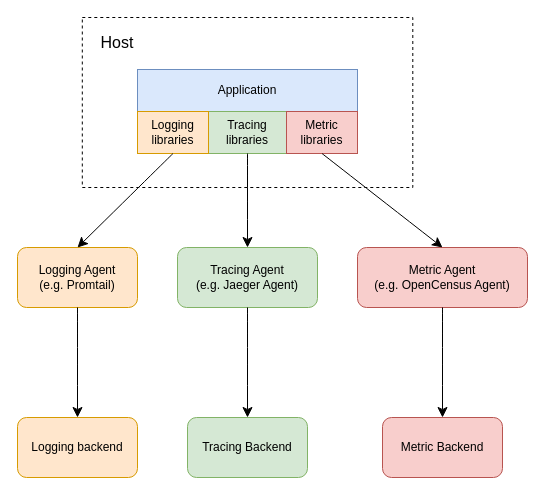
course-go/lectures keeps this draw.io diagram as assets/lecture-11/opentelemetry/non-opentelemetry-architecture.drawio. Above is the earlier version. Source tidied: cells renumbered, new cells numbered last; positions are measured from the earlier drawing's top-left corner, leaving out a move shared by most shapes. Both pictures are drawn from the tidied source at 100%, with x=0, y=0 at pixel (17, 17).
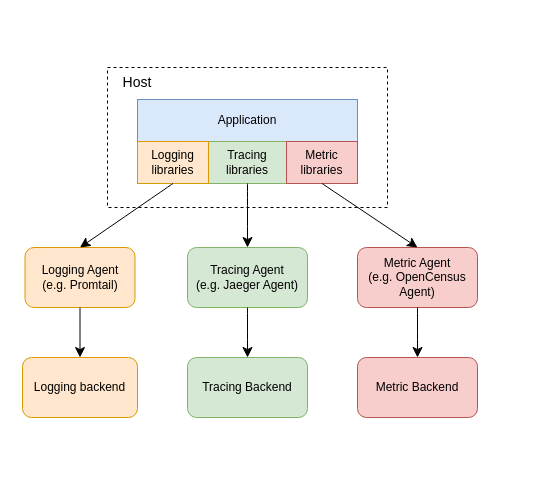
After the change.

Commit message (it also covers changes not shown here):
feat(lecture-11): finish opentelemetry slides

Change to the diagram source:
```diff
@@
     <mxCell id="2" style="rounded=0;whiteSpace=wrap;html=1;dashed=1;fillColor=none;" parent="1" vertex="1">
-      <mxGeometry x="64.8" width="330.5" height="170" as="geometry" />
+      <mxGeometry x="90" y="50" width="280" height="140" as="geometry" />
     </mxCell>
-    <mxCell id="3" value="Host" style="text;html=1;align=center;verticalAlign=middle;whiteSpace=wrap;rounded=0;fontSize=16;" parent="1" vertex="1">
-      <mxGeometry x="70" y="10" width="60" height="30" as="geometry" />
+    <mxCell id="3" value="Host" style="text;html=1;align=center;verticalAlign=middle;whiteSpace=wrap;rounded=0;fontSize=14;" parent="1" vertex="1">
+      <mxGeometry x="90" y="50" width="60" height="30" as="geometry" />
     </mxCell>
     <mxCell id="4" value="Application" style="rounded=0;whiteSpace=wrap;html=1;fillColor=#dae8fc;strokeColor=#6c8ebf;" parent="1" vertex="1">
-      <mxGeometry x="120" y="52" width="220" height="42" as="geometry" />
+      <mxGeometry x="120" y="82" width="220" height="42" as="geometry" />
     </mxCell>
     <mxCell id="5" value="Tracing&lt;div&gt;libraries&lt;/div&gt;" style="rounded=0;whiteSpace=wrap;html=1;fillColor=#d5e8d4;strokeColor=#82b366;" parent="1" vertex="1">
-      <mxGeometry x="191" y="94" width="78" height="42" as="geometry" />
+      <mxGeometry x="191" y="124" width="78" height="42" as="geometry" />
     </mxCell>
     <mxCell id="6" value="Metric&lt;div&gt;libraries&lt;/div&gt;" style="rounded=0;whiteSpace=wrap;html=1;fillColor=#f8cecc;strokeColor=#b85450;" parent="1" vertex="1">
-      <mxGeometry x="269" y="94" width="71" height="42" as="geometry" />
+      <mxGeometry x="269" y="124" width="71" height="42" as="geometry" />
     </mxCell>
     <mxCell id="7" value="Logging&lt;div&gt;libraries&lt;/div&gt;" style="rounded=0;whiteSpace=wrap;html=1;fillColor=#ffe6cc;strokeColor=#d79b00;" parent="1" vertex="1">
-      <mxGeometry x="120" y="94" width="71" height="42" as="geometry" />
+      <mxGeometry x="120" y="124" width="71" height="42" as="geometry" />
     </mxCell>
@@
     <mxCell id="9" value="Logging Agent&lt;div&gt;(e.g. Promtail)&lt;/div&gt;" style="rounded=1;whiteSpace=wrap;html=1;fillColor=#ffe6cc;strokeColor=#d79b00;" parent="1" vertex="1">
-      <mxGeometry y="230" width="120" height="60" as="geometry" />
+      <mxGeometry x="7.5" y="230" width="110" height="60" as="geometry" />
     </mxCell>
     <mxCell id="10" value="Tracing Agent&lt;div&gt;(e.g. Jaeger Agent)&lt;/div&gt;" style="rounded=1;whiteSpace=wrap;html=1;fillColor=#d5e8d4;strokeColor=#82b366;" parent="1" vertex="1">
-      <mxGeometry x="160" y="230" width="140" height="60" as="geometry" />
+      <mxGeometry x="170" y="230" width="120" height="60" as="geometry" />
     </mxCell>
     <mxCell id="11" value="Metric Agent&lt;div&gt;(e.g. OpenCensus Agent)&lt;/div&gt;" style="rounded=1;whiteSpace=wrap;html=1;fillColor=#f8cecc;strokeColor=#b85450;" parent="1" vertex="1">
-      <mxGeometry x="340" y="230" width="170" height="60" as="geometry" />
+      <mxGeometry x="340" y="230" width="120" height="60" as="geometry" />
     </mxCell>
     <mxCell id="12" value="Logging backend" style="rounded=1;whiteSpace=wrap;html=1;fillColor=#ffe6cc;strokeColor=#d79b00;" parent="1" vertex="1">
-      <mxGeometry y="400" width="120" height="60" as="geometry" />
+      <mxGeometry x="5" y="340" width="115" height="60" as="geometry" />
     </mxCell>
     <mxCell id="13" value="Tracing Backend" style="rounded=1;whiteSpace=wrap;html=1;fillColor=#d5e8d4;strokeColor=#82b366;" parent="1" vertex="1">
-      <mxGeometry x="170" y="400" width="120" height="60" as="geometry" />
+      <mxGeometry x="170" y="340" width="120" height="60" as="geometry" />
     </mxCell>
     <mxCell id="14" value="Metric Backend" style="rounded=1;whiteSpace=wrap;html=1;fillColor=#f8cecc;strokeColor=#b85450;" parent="1" vertex="1">
-      <mxGeometry x="365" y="400" width="120" height="60" as="geometry" />
+      <mxGeometry x="340" y="340" width="120" height="60" as="geometry" />
     </mxCell>
```
